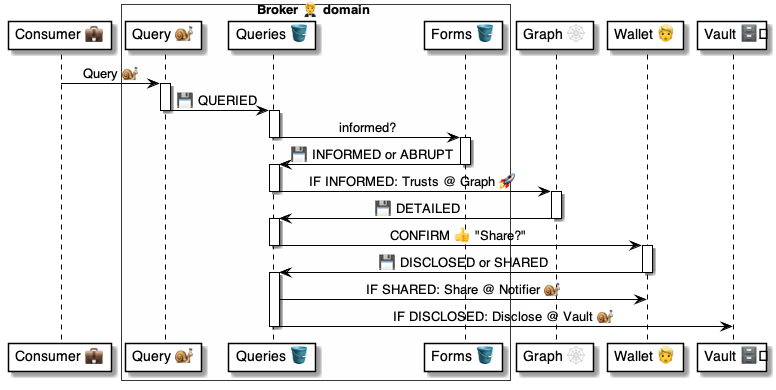
pollyweb-org/pollyweb-docs keeps this PlantUML diagram as 4 ⚙️ Solution/20 🧑‍🦰 UI/Brokers 🤵/🤵🪣 Broker tables/Queries 💼 table/🪣 Queries/🤵 Broker.Queries ⚙️ uml.png. Above is the earlier version. Its source is kept beside it as 4 ⚙️ Solution/20 🧑‍🦰 UI/Brokers 🤵/🤵🪣 Broker tables/Queries 💼 table/🪣 Queries/🤵 Broker.Queries ⚙️ uml.puml.
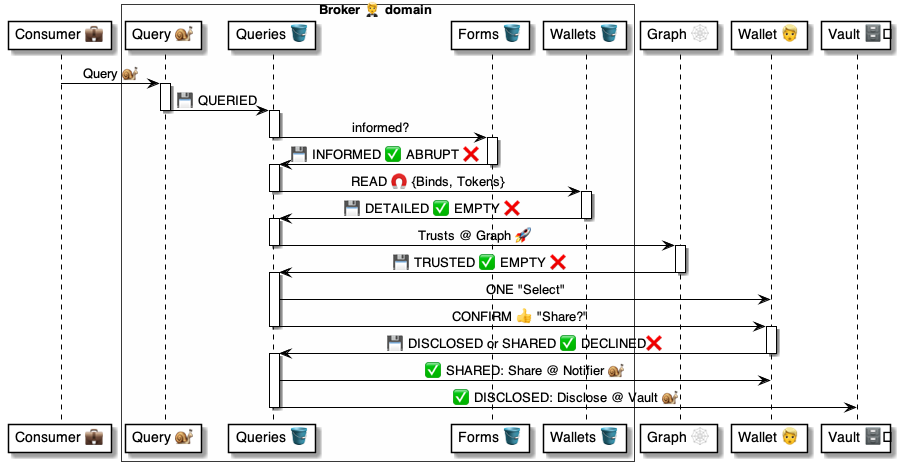
The same file after the commit.

What changed in the source:
```diff
@@ -5,6 +5,7 @@
     participant "Query 🐌" as script
     participant "Queries 🪣" as queries
     participant "Forms 🪣" as forms
+    participant "Wallets 🪣" as wallets
 end box
 participant "Graph 🕸" as graph
 participant "Wallet 👱" as wallet
@@ -21,28 +22,37 @@
 deactivate queries
 
 activate forms
-    forms -> queries: 💾 INFORMED or ABRUPT
+    forms -> queries: 💾 INFORMED ✅ ABRUPT ❌
 deactivate forms
 
 activate queries
-    queries -> graph: IF INFORMED: Trusts @ Graph 🚀
+    queries -> wallets: READ 🧲 {Binds, Tokens}
+deactivate queries
+
+activate wallets
+    wallets -> queries: 💾 DETAILED ✅ EMPTY ❌
+deactivate wallets
+
+activate queries
+    queries -> graph: Trusts @ Graph 🚀
 deactivate queries
 
 activate graph
-    graph -> queries: 💾 DETAILED
+    graph -> queries: 💾 TRUSTED ✅ EMPTY ❌
 deactivate graph
 
 activate queries
+    queries -> wallet: ONE "Select"
     queries -> wallet: CONFIRM 👍 "Share?"
 deactivate queries
 
 activate wallet
-    wallet -> queries: 💾 DISCLOSED or SHARED
+    wallet -> queries: 💾 DISCLOSED or SHARED ✅ DECLINED❌
 deactivate wallet
 
 activate queries
-    queries -> wallet: IF SHARED: Share @ Notifier 🐌
-    queries -> vault: IF DISCLOSED: Disclose @ Vault 🐌
+    queries -> wallet: ✅ SHARED: Share @ Notifier 🐌
+    queries -> vault: ✅ DISCLOSED: Disclose @ Vault 🐌
 deactivate queries
 
 
```
